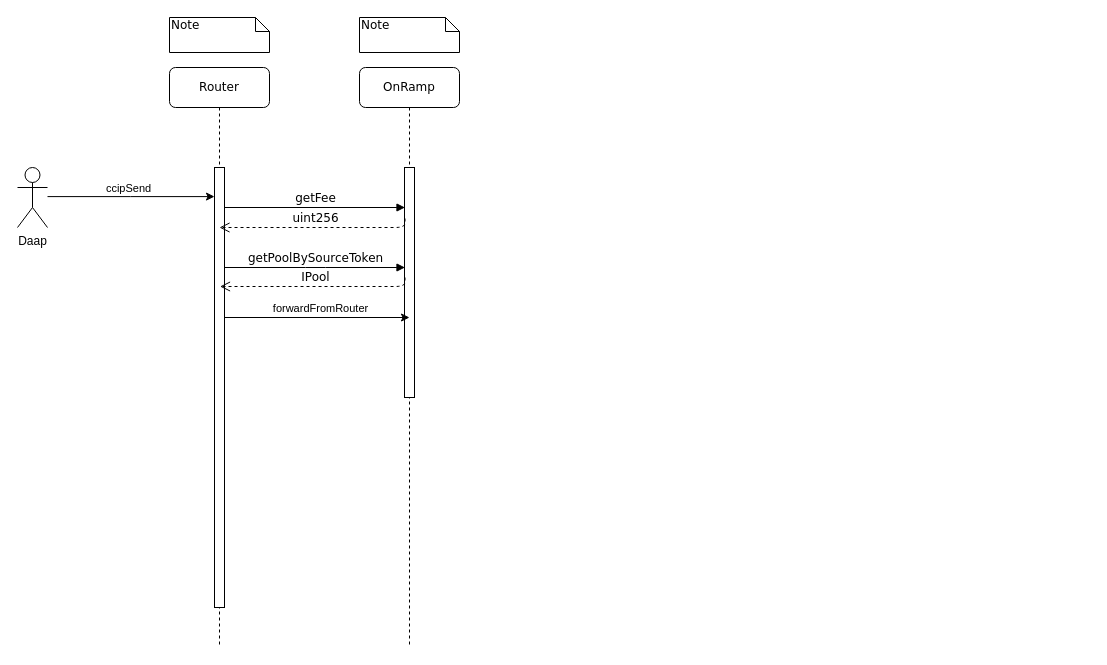
Earlier version of the draw.io diagram Chain Link.drawio (maueth/2023-05-chainlink). Source tidied: cells renumbered, new cells numbered last; positions are measured from the earlier drawing's top-left corner, leaving out a move shared by most shapes. Both pictures are drawn from the tidied source at 100%, with x=0, y=0 at pixel (17, 17).
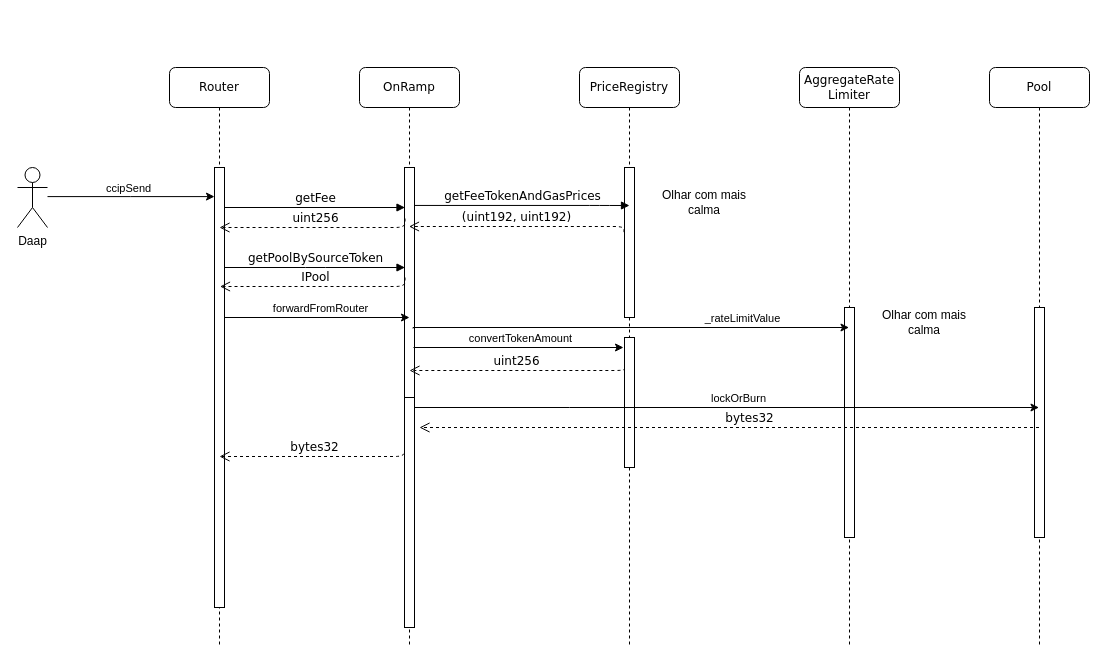
The same page after the edit.

Commit message:
sequence diagram

The change refers to these unchanged cells:
```xml
<mxCell id="2" value="OnRamp" style="shape=umlLifeline;perimeter=lifelinePerimeter;whiteSpace=wrap;html=1;outlineConnect=0;rounded=1;shadow=0;comic=0;labelBackgroundColor=none;strokeWidth=1;fontFamily=Verdana;fontSize=12;align=center;" parent="1" vertex="1">
  <mxGeometry x="342" y="50" width="100" height="580" as="geometry" />
</mxCell>
<mxCell id="3" style="html=1;points=[];perimeter=orthogonalPerimeter;rounded=0;shadow=0;comic=0;labelBackgroundColor=none;strokeWidth=1;fontFamily=Verdana;fontSize=12;align=center;" parent="2" vertex="1">
  <mxGeometry x="45" y="100" width="10" height="230" as="geometry" />
</mxCell>
```

What changed in the source:
```diff
@@
+    <mxCell id="17" style="html=1;points=[];perimeter=orthogonalPerimeter;rounded=0;shadow=0;comic=0;labelBackgroundColor=none;strokeWidth=1;fontFamily=Verdana;fontSize=12;align=center;" parent="2" vertex="1">
+      <mxGeometry x="45" y="330" width="10" height="230" as="geometry" />
+    </mxCell>
@@
-    <mxCell id="8" value="Note" style="shape=note;whiteSpace=wrap;html=1;size=14;verticalAlign=top;align=left;spacingTop=-6;rounded=0;shadow=0;comic=0;labelBackgroundColor=none;strokeWidth=1;fontFamily=Verdana;fontSize=12;" parent="1" vertex="1">
-      <mxGeometry x="152" width="100" height="35" as="geometry" />
-    </mxCell>
-    <mxCell id="9" value="Note" style="shape=note;whiteSpace=wrap;html=1;size=14;verticalAlign=top;align=left;spacingTop=-6;rounded=0;shadow=0;comic=0;labelBackgroundColor=none;strokeWidth=1;fontFamily=Verdana;fontSize=12;" parent="1" vertex="1">
-      <mxGeometry x="342" width="100" height="35" as="geometry" />
-    </mxCell>
@@
+    <mxCell id="18" value="PriceRegistry" style="shape=umlLifeline;perimeter=lifelinePerimeter;whiteSpace=wrap;html=1;rounded=1;shadow=0;comic=0;labelBackgroundColor=none;strokeWidth=1;fontFamily=Verdana;fontSize=12;align=center;" parent="1" vertex="1">
+      <mxGeometry x="562" y="50" width="100" height="580" as="geometry" />
+    </mxCell>
+    <mxCell id="19" style="html=1;points=[];perimeter=orthogonalPerimeter;rounded=0;shadow=0;comic=0;labelBackgroundColor=none;strokeWidth=1;fontFamily=Verdana;fontSize=12;align=center;" parent="18" vertex="1">
+      <mxGeometry x="45" y="100" width="10" height="150" as="geometry" />
+    </mxCell>
+    <mxCell id="20" style="html=1;perimeter=orthogonalPerimeter;rounded=0;shadow=0;comic=0;labelBackgroundColor=none;strokeWidth=1;fontFamily=Verdana;fontSize=12;align=center;" parent="18" vertex="1">
+      <mxGeometry x="45" y="270" width="10" height="130" as="geometry" />
+    </mxCell>
+    <mxCell id="21" value="getFeeTokenAndGasPrices" style="html=1;verticalAlign=bottom;endArrow=block;labelBackgroundColor=none;fontFamily=Verdana;fontSize=12;edgeStyle=elbowEdgeStyle;elbow=horizontal;exitX=1;exitY=0.165;exitDx=0;exitDy=0;exitPerimeter=0;" parent="1" edge="1" source="3">
+      <mxGeometry relative="1" as="geometry">
+        <mxPoint x="612" y="188" as="targetPoint" />
+        <Array as="points">
+          <mxPoint x="582" y="190" />
+          <mxPoint x="582" y="180" />
+        </Array>
+      </mxGeometry>
+    </mxCell>
+    <mxCell id="22" value="Olhar com mais calma" style="text;html=1;strokeColor=none;fillColor=none;align=center;verticalAlign=middle;whiteSpace=wrap;rounded=0;" parent="1" vertex="1">
+      <mxGeometry x="632" y="170" width="110" height="30" as="geometry" />
+    </mxCell>
+    <mxCell id="23" value="AggregateRate&lt;br&gt;Limiter" style="shape=umlLifeline;perimeter=lifelinePerimeter;whiteSpace=wrap;html=1;outlineConnect=0;rounded=1;shadow=0;comic=0;labelBackgroundColor=none;strokeWidth=1;fontFamily=Verdana;fontSize=12;align=center;" parent="1" vertex="1">
+      <mxGeometry x="782" y="50" width="100" height="580" as="geometry" />
+    </mxCell>
+    <mxCell id="24" style="html=1;perimeter=orthogonalPerimeter;rounded=0;shadow=0;comic=0;labelBackgroundColor=none;strokeWidth=1;fontFamily=Verdana;fontSize=12;align=center;" parent="23" vertex="1">
+      <mxGeometry x="45" y="240" width="10" height="230" as="geometry" />
+    </mxCell>
+    <mxCell id="25" style="edgeStyle=orthogonalEdgeStyle;rounded=0;jettySize=auto;html=1;exitX=0.85;exitY=0.7;exitDx=0;exitDy=0;exitPerimeter=0;" parent="1" edge="1" source="3" target="23">
+      <mxGeometry relative="1" as="geometry">
+        <Array as="points">
+          <mxPoint x="396" y="310" />
+        </Array>
+      </mxGeometry>
+    </mxCell>
+    <mxCell id="26" value="_rateLimitValue" style="edgeLabel;html=1;align=center;verticalAlign=middle;" parent="25" vertex="1">
+      <mxGeometry x="-0.15" y="-2" relative="1" as="geometry">
+        <mxPoint x="144" y="-12" as="offset" />
+      </mxGeometry>
+    </mxCell>
+    <mxCell id="27" value="Olhar com mais calma" style="text;html=1;strokeColor=none;fillColor=none;align=center;verticalAlign=middle;whiteSpace=wrap;rounded=0;" parent="1" vertex="1">
+      <mxGeometry x="852" y="290" width="110" height="30" as="geometry" />
+    </mxCell>
+    <mxCell id="28" value="(uint192, uint192)" style="html=1;verticalAlign=bottom;endArrow=open;dashed=1;endSize=8;labelBackgroundColor=none;fontFamily=Verdana;fontSize=12;edgeStyle=elbowEdgeStyle;elbow=vertical;exitX=-0.05;exitY=0.431;exitDx=0;exitDy=0;exitPerimeter=0;" parent="1" edge="1" source="19" target="2">
+      <mxGeometry x="0.02" relative="1" as="geometry">
+        <Array as="points">
+          <mxPoint x="547" y="209" />
+          <mxPoint x="557" y="219" />
+          <mxPoint x="517" y="200" />
+        </Array>
+      </mxGeometry>
+    </mxCell>
+    <mxCell id="29" style="edgeStyle=orthogonalEdgeStyle;rounded=0;orthogonalLoop=1;jettySize=auto;html=1;" parent="1" edge="1">
+      <mxGeometry relative="1" as="geometry">
+        <mxPoint x="396" y="330" as="sourcePoint" />
+        <mxPoint x="606" y="330" as="targetPoint" />
+        <Array as="points">
+          <mxPoint x="396" y="330" />
+        </Array>
+      </mxGeometry>
+    </mxCell>
+    <mxCell id="30" value="convertTokenAmount" style="edgeLabel;html=1;align=center;verticalAlign=middle;" parent="29" vertex="1">
+      <mxGeometry x="-0.15" y="-2" relative="1" as="geometry">
+        <mxPoint x="17" y="-12" as="offset" />
+      </mxGeometry>
+    </mxCell>
+    <mxCell id="31" value="uint256" style="html=1;verticalAlign=bottom;endArrow=open;dashed=1;endSize=8;labelBackgroundColor=none;fontFamily=Verdana;fontSize=12;edgeStyle=elbowEdgeStyle;elbow=vertical;exitX=-0.05;exitY=0.431;exitDx=0;exitDy=0;exitPerimeter=0;" parent="1" edge="1">
+      <mxGeometry x="0.02" relative="1" as="geometry">
+        <mxPoint x="607" y="350" as="sourcePoint" />
+        <mxPoint x="392" y="353" as="targetPoint" />
+        <Array as="points">
+          <mxPoint x="547" y="353" />
+          <mxPoint x="557" y="363" />
+          <mxPoint x="517" y="344" />
+        </Array>
+      </mxGeometry>
+    </mxCell>
+    <mxCell id="32" value="Pool" style="shape=umlLifeline;perimeter=lifelinePerimeter;whiteSpace=wrap;html=1;outlineConnect=0;rounded=1;shadow=0;comic=0;labelBackgroundColor=none;strokeWidth=1;fontFamily=Verdana;fontSize=12;align=center;" parent="1" vertex="1">
+      <mxGeometry x="972" y="50" width="100" height="580" as="geometry" />
+    </mxCell>
+    <mxCell id="33" style="html=1;perimeter=orthogonalPerimeter;rounded=0;shadow=0;comic=0;labelBackgroundColor=none;strokeWidth=1;fontFamily=Verdana;fontSize=12;align=center;" parent="32" vertex="1">
+      <mxGeometry x="45" y="240" width="10" height="230" as="geometry" />
+    </mxCell>
+    <mxCell id="34" style="edgeStyle=orthogonalEdgeStyle;rounded=0;jettySize=auto;html=1;" parent="1" edge="1" source="17" target="32">
+      <mxGeometry relative="1" as="geometry">
+        <Array as="points">
+          <mxPoint x="552" y="390" />
+          <mxPoint x="552" y="390" />
+        </Array>
+      </mxGeometry>
+    </mxCell>
+    <mxCell id="35" value="lockOrBurn" style="edgeLabel;html=1;align=center;verticalAlign=middle;" parent="34" vertex="1">
+      <mxGeometry x="0.03" relative="1" as="geometry">
+        <mxPoint x="1" y="-10" as="offset" />
+      </mxGeometry>
+    </mxCell>
+    <mxCell id="36" value="bytes32" style="html=1;verticalAlign=bottom;endArrow=open;dashed=1;endSize=8;labelBackgroundColor=none;fontFamily=Verdana;fontSize=12;edgeStyle=elbowEdgeStyle;elbow=vertical;" parent="1" edge="1" source="32">
+      <mxGeometry x="-0.06" relative="1" as="geometry">
+        <mxPoint x="402" y="410" as="targetPoint" />
+        <Array as="points">
+          <mxPoint x="732" y="410" />
+          <mxPoint x="547" y="403" />
+          <mxPoint x="557" y="413" />
+          <mxPoint x="517" y="394" />
+        </Array>
+        <mxPoint x="1" as="offset" />
+      </mxGeometry>
+    </mxCell>
+    <mxCell id="37" value="bytes32" style="html=1;verticalAlign=bottom;endArrow=open;dashed=1;endSize=8;labelBackgroundColor=none;fontFamily=Verdana;fontSize=12;edgeStyle=elbowEdgeStyle;elbow=vertical;exitX=0;exitY=0.048;exitDx=0;exitDy=0;exitPerimeter=0;" parent="1" edge="1">
+      <mxGeometry x="0.02" relative="1" as="geometry">
+        <mxPoint x="387" y="430" as="sourcePoint" />
+        <mxPoint x="202" y="439" as="targetPoint" />
+        <Array as="points">
+          <mxPoint x="332" y="439" />
+          <mxPoint x="342" y="449" />
+          <mxPoint x="302" y="430" />
+        </Array>
+      </mxGeometry>
+    </mxCell>
```
